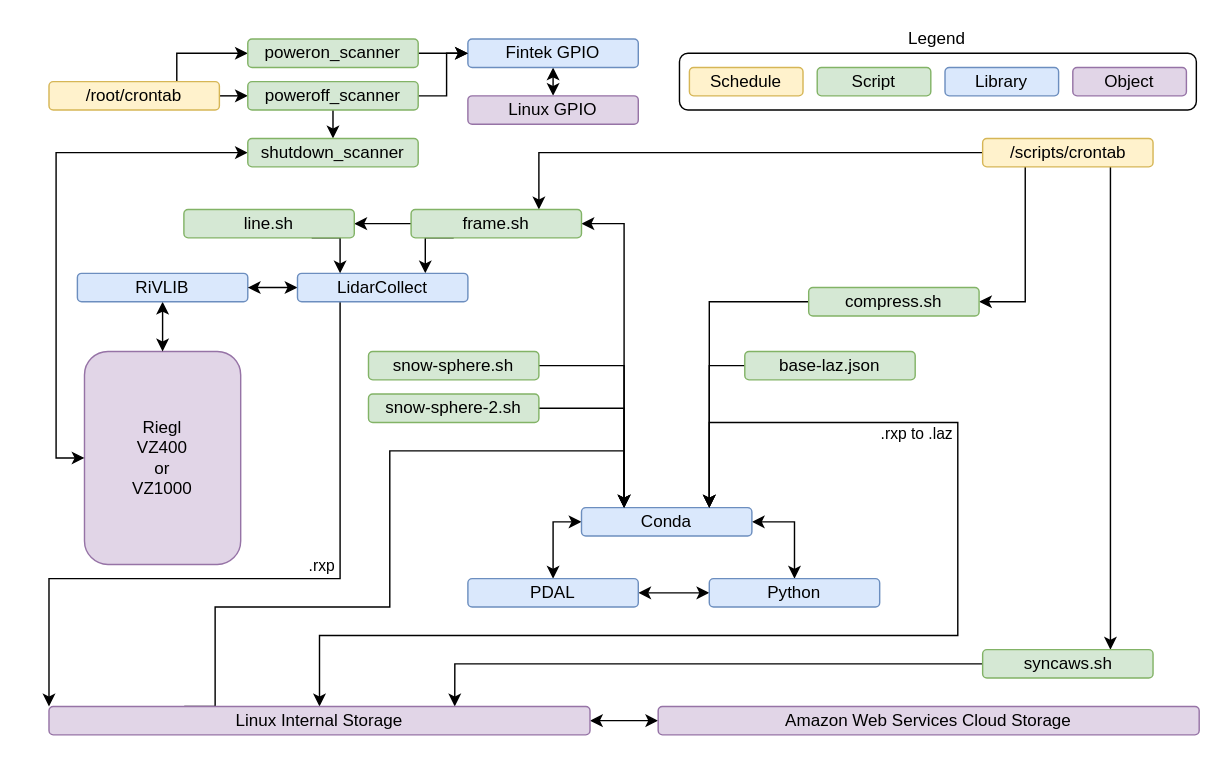
CRREL/Mammoth-A-TLS keeps this draw.io diagram as Images/Software_Schematic.drawio. Above is the earlier version. Source tidied: cells renumbered, new cells numbered last; positions are measured from the earlier drawing's top-left corner, leaving out a move shared by most shapes. Both pictures are drawn from the tidied source at 142%, with x=0, y=0 at pixel (48, 24).
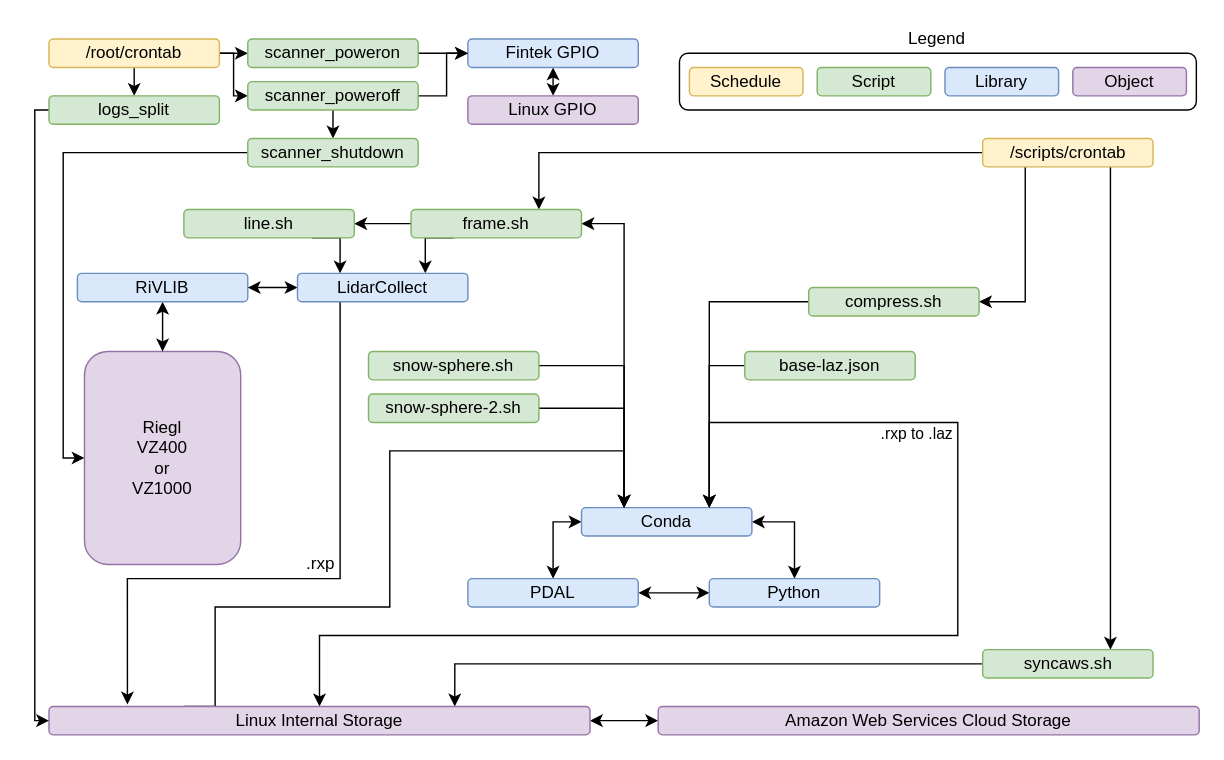
Above is the later version.

Commit message (it also covers changes not shown here):
added logs_split to diagram

The change refers to these unchanged cells:
```xml
<mxCell id="12" value="Riegl&lt;br&gt;VZ400&lt;br&gt;or&lt;br&gt;VZ1000" style="rounded=1;whiteSpace=wrap;html=1;fillColor=#e1d5e7;strokeColor=#9673a6;" parent="1" vertex="1">
  <mxGeometry x="25" y="230" width="110" height="150" as="geometry" />
</mxCell>
<mxCell id="22" value="LidarCollect" style="rounded=1;whiteSpace=wrap;html=1;fillColor=#dae8fc;strokeColor=#6c8ebf;" parent="1" vertex="1">
  <mxGeometry x="175" y="175" width="120" height="20" as="geometry" />
</mxCell>
<mxCell id="52" value="Linux Internal Storage" style="rounded=1;whiteSpace=wrap;html=1;fillColor=#e1d5e7;strokeColor=#9673a6;" parent="1" vertex="1">
  <mxGeometry y="480" width="381" height="20" as="geometry" />
</mxCell>
```

Diff of the diagram source:
```diff
@@
+    <mxCell id="60" style="edgeStyle=orthogonalEdgeStyle;rounded=0;jettySize=auto;html=1;exitX=0.5;exitY=1;exitDx=0;exitDy=0;entryX=0.5;entryY=0;entryDx=0;entryDy=0;" parent="1" edge="1" source="5" target="62">
+      <mxGeometry relative="1" as="geometry" />
+    </mxCell>
+    <mxCell id="4" style="edgeStyle=orthogonalEdgeStyle;rounded=0;jettySize=auto;html=1;exitX=1;exitY=0.5;exitDx=0;exitDy=0;entryX=0;entryY=0.5;entryDx=0;entryDy=0;" parent="1" edge="1" source="5" target="36">
+      <mxGeometry relative="1" as="geometry" />
+    </mxCell>
-    <mxCell id="3" style="edgeStyle=orthogonalEdgeStyle;rounded=0;jettySize=auto;html=1;exitX=1;exitY=0.5;exitDx=0;exitDy=0;entryX=0;entryY=0.5;entryDx=0;entryDy=0;startArrow=none;startFill=0;" parent="1" edge="1" source="5" target="39">
-      <mxGeometry relative="1" as="geometry" />
+    <mxCell id="3" style="edgeStyle=orthogonalEdgeStyle;rounded=0;jettySize=auto;html=1;exitX=1;exitY=0.5;exitDx=0;exitDy=0;entryX=0;entryY=0.5;entryDx=0;entryDy=0;" parent="1" edge="1" source="5" target="39">
+      <mxGeometry relative="1" as="geometry">
+        <Array as="points">
+          <mxPoint x="130" y="20" />
+          <mxPoint x="130" y="50" />
+        </Array>
+      </mxGeometry>
     </mxCell>
-    <mxCell id="4" style="edgeStyle=orthogonalEdgeStyle;rounded=0;jettySize=auto;html=1;exitX=0.75;exitY=0;exitDx=0;exitDy=0;entryX=0;entryY=0.5;entryDx=0;entryDy=0;startArrow=none;startFill=0;" parent="1" edge="1" source="5" target="36">
-      <mxGeometry relative="1" as="geometry" />
-    </mxCell>
     <mxCell id="5" value="/root/crontab" style="rounded=1;whiteSpace=wrap;html=1;fillColor=#fff2cc;strokeColor=#d6b656;" parent="1" vertex="1">
-      <mxGeometry y="40" width="120" height="20" as="geometry" />
+      <mxGeometry y="10" width="120" height="20" as="geometry" />
     </mxCell>
@@
-    <mxCell id="17" style="edgeStyle=orthogonalEdgeStyle;rounded=0;jettySize=auto;html=1;exitX=0.25;exitY=1;exitDx=0;exitDy=0;entryX=0;entryY=0;entryDx=0;entryDy=0;startArrow=none;startFill=0;" parent="1" edge="1" source="22" target="52">
-      <mxGeometry relative="1" as="geometry">
-        <Array as="points">
-          <mxPoint x="205" y="390" />
-          <mxPoint y="390" />
-        </Array>
-      </mxGeometry>
-    </mxCell>
-    <mxCell id="18" value="&amp;nbsp;.rxp&amp;nbsp;" style="edgeLabel;html=1;align=center;verticalAlign=middle;labelBackgroundColor=none;" parent="17" vertex="1">
-      <mxGeometry x="0.34" y="2" relative="1" as="geometry">
-        <mxPoint x="119.3" y="-12" as="offset" />
-      </mxGeometry>
-    </mxCell>
@@
+    <mxCell id="17" style="edgeStyle=orthogonalEdgeStyle;rounded=0;jettySize=auto;html=1;exitX=0.25;exitY=1;exitDx=0;exitDy=0;entryX=0.145;entryY=-0.07;entryDx=0;entryDy=0;entryPerimeter=0;" parent="1" edge="1" source="22" target="52">
+      <mxGeometry relative="1" as="geometry">
+        <Array as="points">
+          <mxPoint x="205" y="390" />
+          <mxPoint x="55" y="390" />
+        </Array>
+      </mxGeometry>
+    </mxCell>
@@
-    <mxCell id="36" value="poweron_scanner" style="rounded=1;whiteSpace=wrap;html=1;fillColor=#d5e8d4;strokeColor=#82b366;" parent="1" vertex="1">
+    <mxCell id="36" value="scanner_poweron" style="rounded=1;whiteSpace=wrap;html=1;fillColor=#d5e8d4;strokeColor=#82b366;" parent="1" vertex="1">
       <mxGeometry x="140" y="10" width="120" height="20" as="geometry" />
     </mxCell>
@@
-    <mxCell id="39" value="poweroff_scanner" style="rounded=1;whiteSpace=wrap;html=1;fillColor=#d5e8d4;strokeColor=#82b366;" parent="1" vertex="1">
+    <mxCell id="39" value="scanner_poweroff" style="rounded=1;whiteSpace=wrap;html=1;fillColor=#d5e8d4;strokeColor=#82b366;" parent="1" vertex="1">
       <mxGeometry x="140" y="40" width="120" height="20" as="geometry" />
     </mxCell>
-    <mxCell id="40" style="edgeStyle=orthogonalEdgeStyle;rounded=0;jettySize=auto;html=1;exitX=0;exitY=0.5;exitDx=0;exitDy=0;entryX=0;entryY=0.5;entryDx=0;entryDy=0;startArrow=classic;startFill=1;" parent="1" edge="1" source="41" target="12">
-      <mxGeometry relative="1" as="geometry" />
+    <mxCell id="40" style="edgeStyle=orthogonalEdgeStyle;rounded=0;jettySize=auto;html=1;exitX=0;exitY=0.5;exitDx=0;exitDy=0;entryX=0;entryY=0.5;entryDx=0;entryDy=0;" parent="1" edge="1" source="41" target="12">
+      <mxGeometry relative="1" as="geometry">
+        <Array as="points">
+          <mxPoint x="10" y="90" />
+          <mxPoint x="10" y="305" />
+        </Array>
+      </mxGeometry>
     </mxCell>
-    <mxCell id="41" value="shutdown_scanner" style="rounded=1;whiteSpace=wrap;html=1;fillColor=#d5e8d4;strokeColor=#82b366;" parent="1" vertex="1">
+    <mxCell id="41" value="scanner_shutdown" style="rounded=1;whiteSpace=wrap;html=1;fillColor=#d5e8d4;strokeColor=#82b366;" parent="1" vertex="1">
       <mxGeometry x="140" y="80" width="120" height="20" as="geometry" />
     </mxCell>
@@
+    <mxCell id="61" style="edgeStyle=orthogonalEdgeStyle;rounded=0;jettySize=auto;html=1;exitX=0;exitY=0.5;exitDx=0;exitDy=0;entryX=0;entryY=0.5;entryDx=0;entryDy=0;" parent="1" edge="1" source="62" target="52">
+      <mxGeometry relative="1" as="geometry">
+        <Array as="points">
+          <mxPoint x="-10" y="60" />
+          <mxPoint x="-10" y="490" />
+        </Array>
+      </mxGeometry>
+    </mxCell>
+    <mxCell id="62" value="logs_split" style="rounded=1;whiteSpace=wrap;html=1;fillColor=#d5e8d4;strokeColor=#82b366;" parent="1" vertex="1">
+      <mxGeometry y="50" width="120" height="20" as="geometry" />
+    </mxCell>
+    <mxCell id="18" value=".rxp" style="text;html=1;align=center;verticalAlign=middle;" parent="1" vertex="1">
+      <mxGeometry x="170.5" y="370" width="40" height="20" as="geometry" />
+    </mxCell>
```
